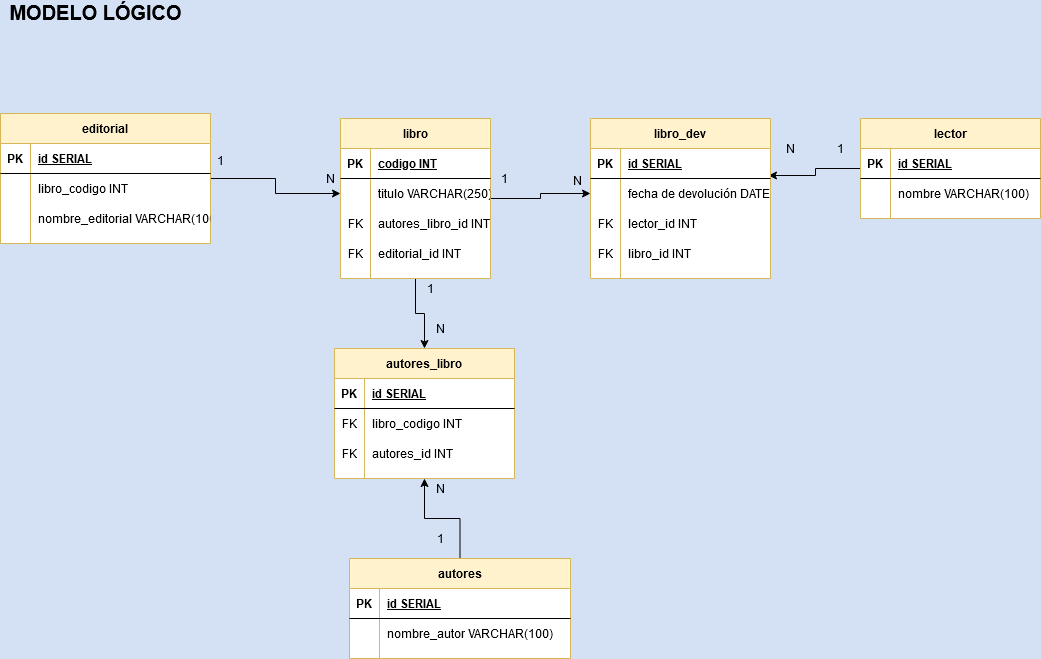
The draw.io diagram Diagrama_Libros.png in gilibethvega/libros_normalizacion, before a commit. Source tidied: cells renumbered, new cells last; positions are measured from the earlier drawing's top-left corner, leaving out a move shared by most shapes.
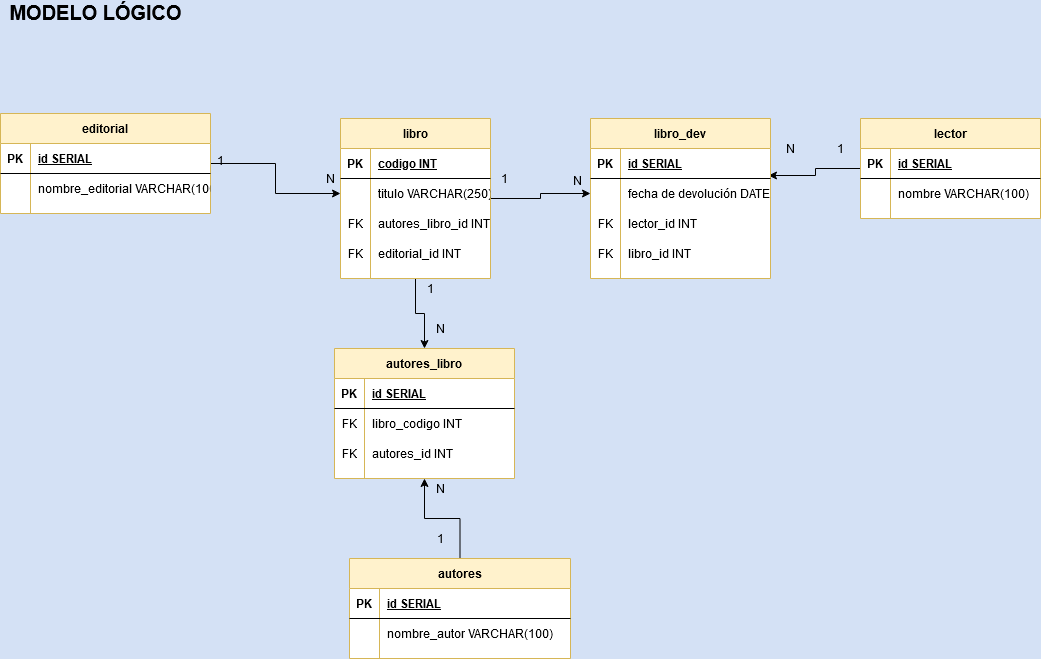
After the commit.

Diff of the diagram source:
```diff
@@ -180,7 +180,7 @@
       <mxGeometry relative="1" as="geometry" />
     </mxCell>
     <mxCell id="61" value="editorial" style="shape=table;startSize=30;rowLines=0;fontStyle=1;align=center;swimlaneFillColor=#ffffff;fillColor=#fff2cc;strokeColor=#d6b656;" parent="1" vertex="1">
-      <mxGeometry y="111" width="210" height="130" as="geometry" />
+      <mxGeometry y="111" width="210" height="100" as="geometry" />
     </mxCell>
     <mxCell id="62" style="shape=partialRectangle;fillColor=none;top=0;left=0;bottom=1;right=0;" parent="61" vertex="1">
       <mxGeometry y="30" width="210" height="30" as="geometry" />
@@ -191,17 +191,8 @@
     <mxCell id="64" value="id SERIAL" style="shape=partialRectangle;fillColor=none;top=0;left=0;bottom=0;right=0;align=left;spacingLeft=6;fontStyle=5;overflow=hidden;" parent="62" vertex="1">
       <mxGeometry x="30" width="180" height="30" as="geometry" />
     </mxCell>
-    <mxCell id="65" style="shape=partialRectangle;fillColor=none;top=0;left=0;bottom=0;right=0;" parent="61" vertex="1">
-      <mxGeometry y="60" width="210" height="30" as="geometry" />
-    </mxCell>
-    <mxCell id="66" style="shape=partialRectangle;fillColor=none;top=0;left=0;bottom=0;right=0;overflow=hidden;" parent="65" vertex="1">
-      <mxGeometry width="30" height="30" as="geometry" />
-    </mxCell>
-    <mxCell id="67" value="libro_codigo INT" style="shape=partialRectangle;fillColor=none;top=0;left=0;bottom=0;right=0;align=left;spacingLeft=6;overflow=hidden;" parent="65" vertex="1">
-      <mxGeometry x="30" width="180" height="30" as="geometry" />
-    </mxCell>
     <mxCell id="68" style="shape=partialRectangle;fillColor=none;top=0;left=0;bottom=0;right=0;" parent="61" vertex="1">
-      <mxGeometry y="90" width="210" height="30" as="geometry" />
+      <mxGeometry y="60" width="210" height="30" as="geometry" />
     </mxCell>
     <mxCell id="69" style="shape=partialRectangle;fillColor=none;top=0;left=0;bottom=0;right=0;overflow=hidden;" parent="68" vertex="1">
       <mxGeometry width="30" height="30" as="geometry" />
```
